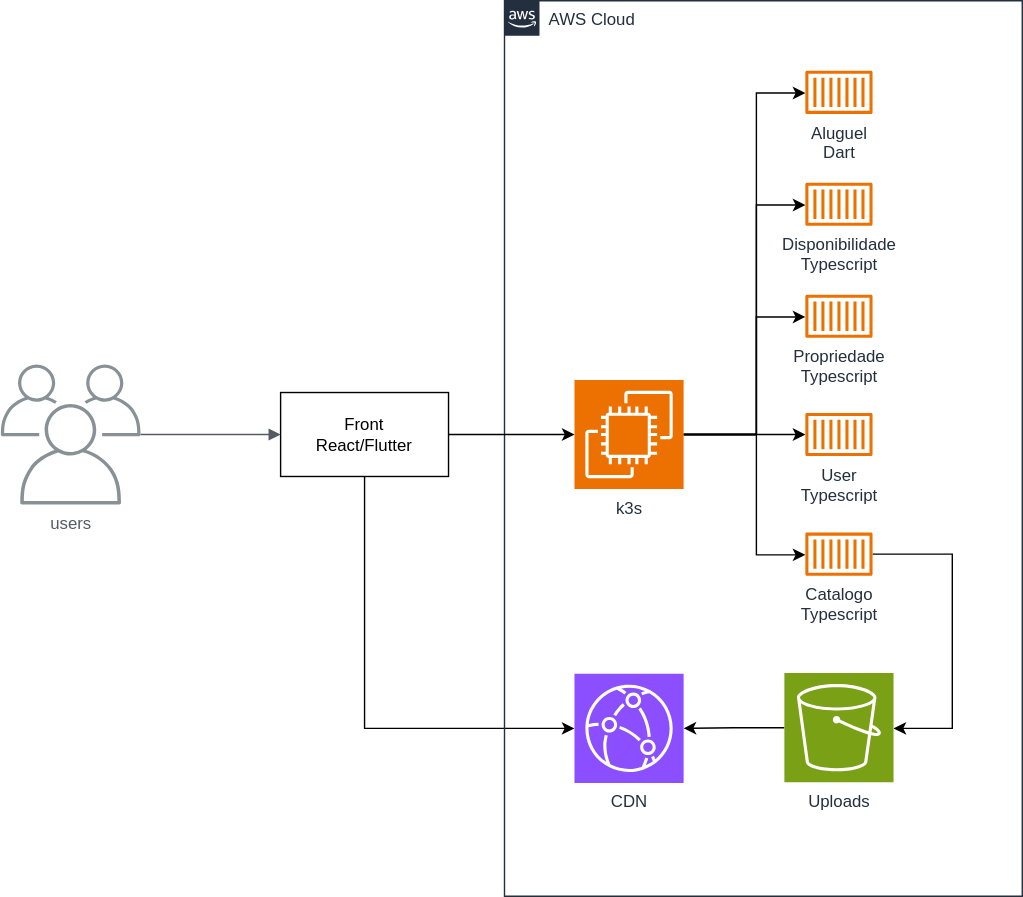
Before: docs/Diagrama_fluxo.drawio.svg, a diagram exported from draw.io (WorkUpMaua/WorkUp). Source tidied: cells renumbered, new cells last; positions are measured from the earlier drawing's top-left corner, leaving out a move shared by most shapes.
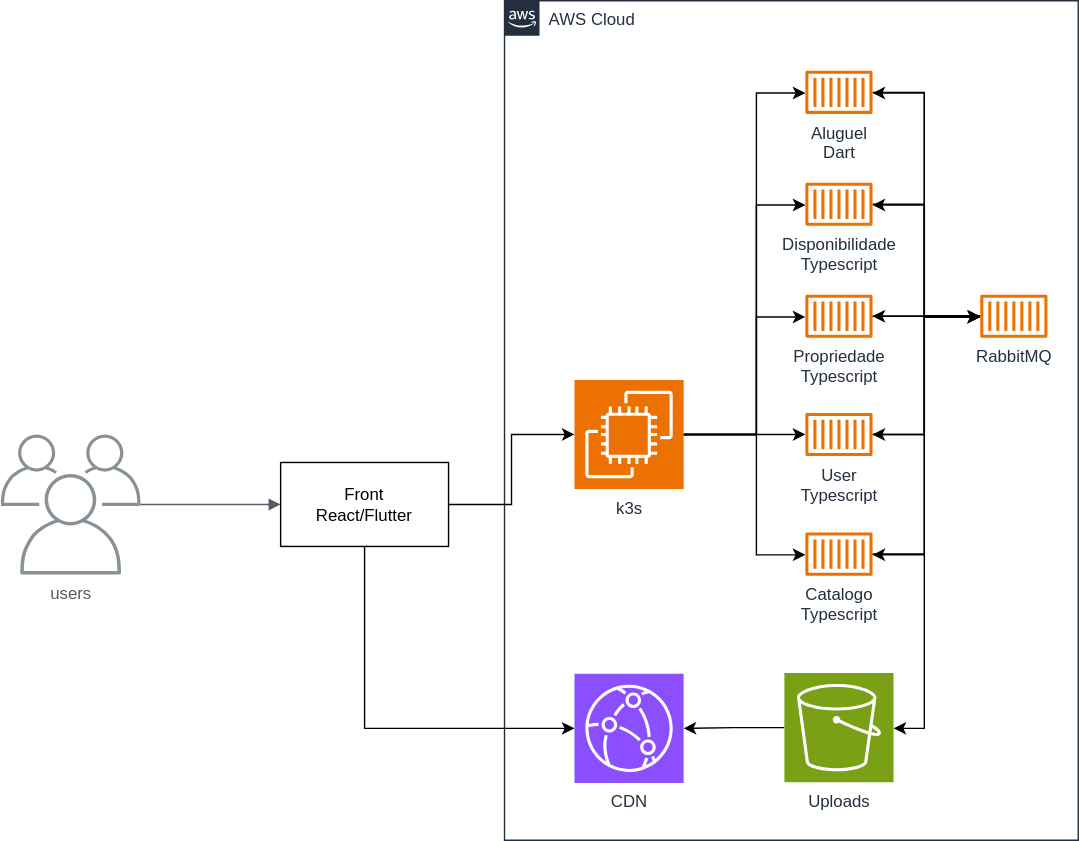
The same file after the commit.

Change to the diagram source:
```diff
@@ -5,7 +5,7 @@
     <mxCell id="2" style="edgeStyle=orthogonalEdgeStyle;rounded=0;jettySize=auto;html=1;" parent="1" edge="1" source="3" target="21">
       <mxGeometry relative="1" as="geometry">
         <Array as="points">
-          <mxPoint x="260" y="520" />
+          <mxPoint x="260" y="470" />
         </Array>
       </mxGeometry>
     </mxCell>
@@ -19,7 +19,7 @@
       <mxGeometry relative="1" as="geometry" />
     </mxCell>
     <mxCell id="6" value="AWS Cloud" style="gradientColor=none;html=1;whiteSpace=wrap;fontSize=12;fontStyle=0;shape=mxgraph.aws4.group;grIcon=mxgraph.aws4.group_aws_cloud_alt;strokeColor=#232F3E;fillColor=none;verticalAlign=top;align=left;spacingLeft=30;fontColor=#232F3E;dashed=0;" parent="1" vertex="1">
-      <mxGeometry x="360" width="370" height="640" as="geometry" />
+      <mxGeometry x="360" y="-50" width="410" height="600" as="geometry" />
     </mxCell>
     <mxCell id="7" style="edgeStyle=orthogonalEdgeStyle;rounded=0;jettySize=auto;html=1;" parent="6" edge="1" source="12" target="13">
       <mxGeometry relative="1" as="geometry">
@@ -64,26 +64,63 @@
     <mxCell id="12" value="k3s" style="sketch=0;points=[[0,0,0],[0.25,0,0],[0.5,0,0],[0.75,0,0],[1,0,0],[0,1,0],[0.25,1,0],[0.5,1,0],[0.75,1,0],[1,1,0],[0,0.25,0],[0,0.5,0],[0,0.75,0],[1,0.25,0],[1,0.5,0],[1,0.75,0]];outlineConnect=0;fontColor=#232F3E;fillColor=#ED7100;strokeColor=#ffffff;dashed=0;verticalLabelPosition=bottom;verticalAlign=top;align=center;html=1;fontSize=12;fontStyle=0;shape=mxgraph.aws4.resourceIcon;resIcon=mxgraph.aws4.ec2;" parent="6" vertex="1">
       <mxGeometry x="50" y="271" width="78" height="78" as="geometry" />
     </mxCell>
+    <mxCell id="23" style="edgeStyle=orthogonalEdgeStyle;rounded=0;jettySize=auto;html=1;" parent="6" edge="1" source="13" target="33">
+      <mxGeometry relative="1" as="geometry">
+        <Array as="points">
+          <mxPoint x="300" y="66" />
+          <mxPoint x="300" y="226" />
+        </Array>
+      </mxGeometry>
+    </mxCell>
     <mxCell id="13" value="Aluguel&lt;div&gt;Dart&lt;/div&gt;" style="sketch=0;outlineConnect=0;fontColor=#232F3E;gradientColor=none;fillColor=#ED7100;strokeColor=none;dashed=0;verticalLabelPosition=bottom;verticalAlign=top;align=center;html=1;fontSize=12;fontStyle=0;shape=mxgraph.aws4.container_1;" parent="6" vertex="1">
       <mxGeometry x="215" y="50" width="48" height="31" as="geometry" />
     </mxCell>
+    <mxCell id="24" style="edgeStyle=orthogonalEdgeStyle;rounded=0;jettySize=auto;html=1;" parent="6" edge="1" source="14" target="33">
+      <mxGeometry relative="1" as="geometry">
+        <Array as="points">
+          <mxPoint x="300" y="146" />
+          <mxPoint x="300" y="226" />
+        </Array>
+      </mxGeometry>
+    </mxCell>
     <mxCell id="14" value="Disponibilidade&lt;div&gt;Typescript&lt;/div&gt;" style="sketch=0;outlineConnect=0;fontColor=#232F3E;gradientColor=none;fillColor=#ED7100;strokeColor=none;dashed=0;verticalLabelPosition=bottom;verticalAlign=top;align=center;html=1;fontSize=12;fontStyle=0;shape=mxgraph.aws4.container_1;" parent="6" vertex="1">
       <mxGeometry x="215" y="130" width="48" height="31" as="geometry" />
     </mxCell>
+    <mxCell id="25" style="edgeStyle=orthogonalEdgeStyle;rounded=0;jettySize=auto;html=1;" parent="6" edge="1" source="15">
+      <mxGeometry relative="1" as="geometry">
+        <mxPoint x="340" y="225.5" as="targetPoint" />
+      </mxGeometry>
+    </mxCell>
     <mxCell id="15" value="Propriedade&lt;div&gt;Typescript&lt;/div&gt;" style="sketch=0;outlineConnect=0;fontColor=#232F3E;gradientColor=none;fillColor=#ED7100;strokeColor=none;dashed=0;verticalLabelPosition=bottom;verticalAlign=top;align=center;html=1;fontSize=12;fontStyle=0;shape=mxgraph.aws4.container_1;" parent="6" vertex="1">
       <mxGeometry x="215" y="210" width="48" height="31" as="geometry" />
     </mxCell>
+    <mxCell id="26" style="edgeStyle=orthogonalEdgeStyle;rounded=0;jettySize=auto;html=1;" parent="6" edge="1" source="16" target="33">
+      <mxGeometry relative="1" as="geometry">
+        <Array as="points">
+          <mxPoint x="300" y="310" />
+          <mxPoint x="300" y="226" />
+        </Array>
+      </mxGeometry>
+    </mxCell>
     <mxCell id="16" value="User&lt;div&gt;Typescript&lt;/div&gt;" style="sketch=0;outlineConnect=0;fontColor=#232F3E;gradientColor=none;fillColor=#ED7100;strokeColor=none;dashed=0;verticalLabelPosition=bottom;verticalAlign=top;align=center;html=1;fontSize=12;fontStyle=0;shape=mxgraph.aws4.container_1;" parent="6" vertex="1">
       <mxGeometry x="215" y="294.5" width="48" height="31" as="geometry" />
     </mxCell>
     <mxCell id="17" style="edgeStyle=orthogonalEdgeStyle;rounded=0;jettySize=auto;html=1;" parent="6" edge="1" source="18" target="20">
       <mxGeometry relative="1" as="geometry">
         <Array as="points">
-          <mxPoint x="320" y="396" />
-          <mxPoint x="320" y="520" />
+          <mxPoint x="300" y="396" />
+          <mxPoint x="300" y="520" />
         </Array>
       </mxGeometry>
     </mxCell>
+    <mxCell id="27" style="edgeStyle=orthogonalEdgeStyle;rounded=0;jettySize=auto;html=1;" parent="6" edge="1" source="18" target="33">
+      <mxGeometry relative="1" as="geometry">
+        <Array as="points">
+          <mxPoint x="300" y="396" />
+          <mxPoint x="300" y="226" />
+        </Array>
+      </mxGeometry>
+    </mxCell>
     <mxCell id="18" value="Catalogo&lt;div&gt;Typescript&lt;/div&gt;" style="sketch=0;outlineConnect=0;fontColor=#232F3E;gradientColor=none;fillColor=#ED7100;strokeColor=none;dashed=0;verticalLabelPosition=bottom;verticalAlign=top;align=center;html=1;fontSize=12;fontStyle=0;shape=mxgraph.aws4.container_1;" parent="6" vertex="1">
       <mxGeometry x="215" y="380" width="48" height="31" as="geometry" />
     </mxCell>
@@ -96,6 +133,44 @@
     <mxCell id="21" value="CDN" style="sketch=0;points=[[0,0,0],[0.25,0,0],[0.5,0,0],[0.75,0,0],[1,0,0],[0,1,0],[0.25,1,0],[0.5,1,0],[0.75,1,0],[1,1,0],[0,0.25,0],[0,0.5,0],[0,0.75,0],[1,0.25,0],[1,0.5,0],[1,0.75,0]];outlineConnect=0;fontColor=#232F3E;fillColor=#8C4FFF;strokeColor=#ffffff;dashed=0;verticalLabelPosition=bottom;verticalAlign=top;align=center;html=1;fontSize=12;fontStyle=0;shape=mxgraph.aws4.resourceIcon;resIcon=mxgraph.aws4.cloudfront;" parent="6" vertex="1">
       <mxGeometry x="50" y="481" width="78" height="78" as="geometry" />
     </mxCell>
+    <mxCell id="28" style="edgeStyle=orthogonalEdgeStyle;rounded=0;jettySize=auto;html=1;" parent="6" edge="1" source="33" target="13">
+      <mxGeometry relative="1" as="geometry">
+        <Array as="points">
+          <mxPoint x="300" y="226" />
+          <mxPoint x="300" y="66" />
+        </Array>
+      </mxGeometry>
+    </mxCell>
+    <mxCell id="29" style="edgeStyle=orthogonalEdgeStyle;rounded=0;jettySize=auto;html=1;" parent="6" edge="1" source="33" target="14">
+      <mxGeometry relative="1" as="geometry">
+        <Array as="points">
+          <mxPoint x="300" y="226" />
+          <mxPoint x="300" y="146" />
+        </Array>
+      </mxGeometry>
+    </mxCell>
+    <mxCell id="30" style="edgeStyle=orthogonalEdgeStyle;rounded=0;jettySize=auto;html=1;" parent="6" edge="1" source="33" target="15">
+      <mxGeometry relative="1" as="geometry" />
+    </mxCell>
+    <mxCell id="31" style="edgeStyle=orthogonalEdgeStyle;rounded=0;jettySize=auto;html=1;" parent="6" edge="1" source="33" target="16">
+      <mxGeometry relative="1" as="geometry">
+        <Array as="points">
+          <mxPoint x="300" y="226" />
+          <mxPoint x="300" y="310" />
+        </Array>
+      </mxGeometry>
+    </mxCell>
+    <mxCell id="32" style="edgeStyle=orthogonalEdgeStyle;rounded=0;jettySize=auto;html=1;" parent="6" edge="1" source="33" target="18">
+      <mxGeometry relative="1" as="geometry">
+        <Array as="points">
+          <mxPoint x="300" y="226" />
+          <mxPoint x="300" y="396" />
+        </Array>
+      </mxGeometry>
+    </mxCell>
+    <mxCell id="33" value="RabbitMQ" style="sketch=0;outlineConnect=0;fontColor=#232F3E;gradientColor=none;fillColor=#ED7100;strokeColor=none;dashed=0;verticalLabelPosition=bottom;verticalAlign=top;align=center;html=1;fontSize=12;fontStyle=0;shape=mxgraph.aws4.container_1;" parent="6" vertex="1">
+      <mxGeometry x="340" y="210" width="48" height="31" as="geometry" />
+    </mxCell>
     <mxCell id="22" style="edgeStyle=orthogonalEdgeStyle;rounded=0;jettySize=auto;html=1;entryX=0;entryY=0.5;entryDx=0;entryDy=0;entryPerimeter=0;" parent="1" edge="1" source="3" target="12">
       <mxGeometry relative="1" as="geometry" />
     </mxCell>
```
